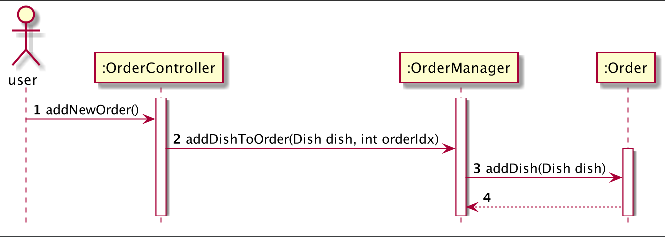
nus-cs2113-AY2122S2/tp keeps this PlantUML diagram as docs/diagrams/sqeuence/OrderManager_addDishToOrder.png. Above is the earlier version. Its source is kept beside it as docs/uml/sequence/OrderManager_addDishToOrder.puml. Its diagram source:
```plantuml
@startuml

autonumber
hide footbox

actor user
participant ":OrderController" as ordercontroller
participant ":OrderManager" as ordermanager
participant ":Order" as order_

activate ordercontroller
activate ordermanager

user -> ordercontroller: addNewOrder()

ordercontroller -> ordermanager: addDishToOrder(Dish dish, int orderIdx)

activate order_
ordermanager -> order_  : addDish(Dish dish)

order_ --> ordermanager

@enduml
```
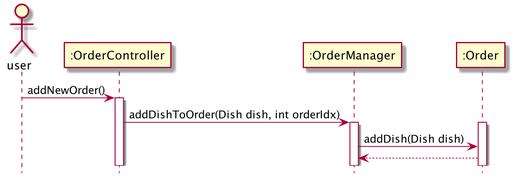
Later version of the same file.

Diff of the diagram source:
```diff
@@ -1,6 +1,5 @@
 @startuml
 
-autonumber
 hide footbox
 
 actor user
@@ -8,12 +7,11 @@
 participant ":OrderManager" as ordermanager
 participant ":Order" as order_
 
+user -> ordercontroller: addNewOrder()
 activate ordercontroller
-activate ordermanager
-
-user -> ordercontroller: addNewOrder()
 
 ordercontroller -> ordermanager: addDishToOrder(Dish dish, int orderIdx)
+activate ordermanager
 
 activate order_
 ordermanager -> order_  : addDish(Dish dish)
```
